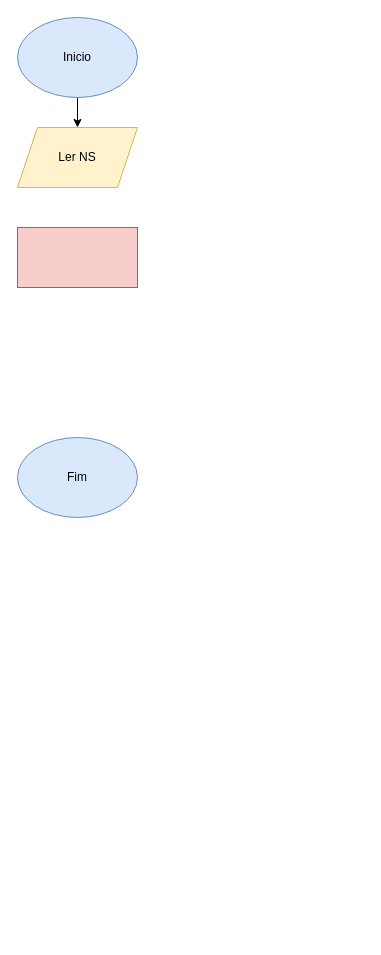
Kinner25/Fluxogramas keeps this draw.io diagram as Fluxograma6.drawio. Above is the earlier version. Source tidied: cells renumbered, new cells numbered last; positions are measured from the earlier drawing's top-left corner, leaving out a move shared by most shapes. Both pictures are drawn from the tidied source at 100%, with x=0, y=0 at pixel (17, 17).
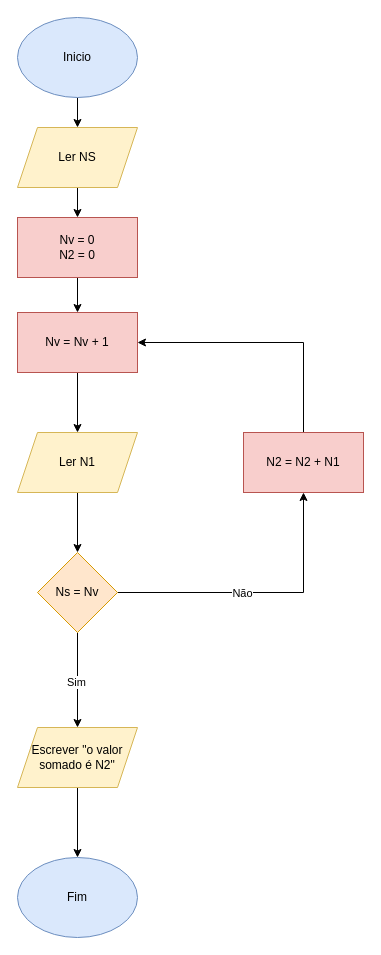
The same diagram, later.

Unchanged cells that the change refers to:
```xml
<mxCell id="5" value="Ler NS" style="shape=parallelogram;perimeter=parallelogramPerimeter;whiteSpace=wrap;html=1;shapeInside=1;fixedSize=1;fillColor=#fff2cc;strokeColor=#d6b656;" parent="1" vertex="1">
  <mxGeometry y="110" width="120" height="60" as="geometry" />
</mxCell>
```

The edit, as a diff of the source:
```diff
@@
     <mxCell id="2" value="Fim" style="ellipse;whiteSpace=wrap;html=1;shapeInside=1;fillColor=#dae8fc;strokeColor=#6c8ebf;" parent="1" vertex="1">
-      <mxGeometry y="420" width="120" height="80" as="geometry" />
+      <mxGeometry y="840" width="120" height="80" as="geometry" />
     </mxCell>
@@
+    <mxCell id="7" style="edgeStyle=orthogonalEdgeStyle;rounded=0;jettySize=auto;html=1;" parent="1" edge="1" source="5" target="9">
+      <mxGeometry relative="1" as="geometry" />
+    </mxCell>
@@
-    <mxCell id="6" style="rounded=0;whiteSpace=wrap;html=1;fillColor=#f8cecc;strokeColor=#b85450;" parent="1" vertex="1">
-      <mxGeometry y="210" width="120" height="60" as="geometry" />
-    </mxCell>
+    <mxCell id="8" style="edgeStyle=orthogonalEdgeStyle;rounded=0;jettySize=auto;html=1;" parent="1" edge="1" source="9" target="11">
+      <mxGeometry relative="1" as="geometry" />
+    </mxCell>
+    <mxCell id="9" value="Nv = 0&lt;div&gt;N2 = 0&lt;/div&gt;" style="rounded=0;whiteSpace=wrap;html=1;fillColor=#f8cecc;strokeColor=#b85450;" parent="1" vertex="1">
+      <mxGeometry y="200" width="120" height="60" as="geometry" />
+    </mxCell>
+    <mxCell id="10" style="edgeStyle=orthogonalEdgeStyle;rounded=0;jettySize=auto;html=1;" parent="1" edge="1" source="11" target="20">
+      <mxGeometry relative="1" as="geometry" />
+    </mxCell>
+    <mxCell id="11" value="Nv = Nv + 1" style="rounded=0;whiteSpace=wrap;html=1;fillColor=#f8cecc;strokeColor=#b85450;" parent="1" vertex="1">
+      <mxGeometry y="295" width="120" height="60" as="geometry" />
+    </mxCell>
+    <mxCell id="12" style="edgeStyle=orthogonalEdgeStyle;rounded=0;jettySize=auto;html=1;entryX=0.5;entryY=0;entryDx=0;entryDy=0;" parent="1" edge="1" source="16" target="22">
+      <mxGeometry relative="1" as="geometry" />
+    </mxCell>
+    <mxCell id="13" value="Sim" style="edgeLabel;html=1;align=center;verticalAlign=middle;" parent="12" vertex="1">
+      <mxGeometry x="0.03" y="-2" relative="1" as="geometry" />
+    </mxCell>
+    <mxCell id="14" style="edgeStyle=orthogonalEdgeStyle;rounded=0;jettySize=auto;html=1;" parent="1" edge="1" source="16" target="18">
+      <mxGeometry relative="1" as="geometry" />
+    </mxCell>
+    <mxCell id="15" value="Não" style="edgeLabel;html=1;align=center;verticalAlign=middle;" parent="14" vertex="1">
+      <mxGeometry x="-0.13" relative="1" as="geometry" />
+    </mxCell>
+    <mxCell id="16" value="Ns = Nv" style="rhombus;whiteSpace=wrap;html=1;shapeInside=1;fillColor=#ffe6cc;strokeColor=#d79b00;" parent="1" vertex="1">
+      <mxGeometry x="20" y="535" width="80" height="80" as="geometry" />
+    </mxCell>
+    <mxCell id="17" style="edgeStyle=orthogonalEdgeStyle;rounded=0;jettySize=auto;html=1;entryX=1;entryY=0.5;entryDx=0;entryDy=0;" parent="1" edge="1" source="18" target="11">
+      <mxGeometry relative="1" as="geometry">
+        <Array as="points">
+          <mxPoint x="286" y="325" />
+        </Array>
+      </mxGeometry>
+    </mxCell>
+    <mxCell id="18" value="N2 = N2 + N1" style="rounded=0;whiteSpace=wrap;html=1;fillColor=#f8cecc;strokeColor=#b85450;" parent="1" vertex="1">
+      <mxGeometry x="226" y="415" width="120" height="60" as="geometry" />
+    </mxCell>
+    <mxCell id="19" style="edgeStyle=orthogonalEdgeStyle;rounded=0;jettySize=auto;html=1;" parent="1" edge="1" source="20" target="16">
+      <mxGeometry relative="1" as="geometry" />
+    </mxCell>
+    <mxCell id="20" value="Ler N1" style="shape=parallelogram;perimeter=parallelogramPerimeter;whiteSpace=wrap;html=1;shapeInside=1;fixedSize=1;fillColor=#fff2cc;strokeColor=#d6b656;" parent="1" vertex="1">
+      <mxGeometry y="415" width="120" height="60" as="geometry" />
+    </mxCell>
+    <mxCell id="21" style="edgeStyle=orthogonalEdgeStyle;rounded=0;jettySize=auto;html=1;" parent="1" edge="1" source="22" target="2">
+      <mxGeometry relative="1" as="geometry" />
+    </mxCell>
+    <mxCell id="22" value="Escrever &quot;o valor somado é N2&quot;" style="shape=parallelogram;perimeter=parallelogramPerimeter;whiteSpace=wrap;html=1;shapeInside=1;fixedSize=1;fillColor=#fff2cc;strokeColor=#d6b656;" parent="1" vertex="1">
+      <mxGeometry y="710" width="120" height="60" as="geometry" />
+    </mxCell>
```
